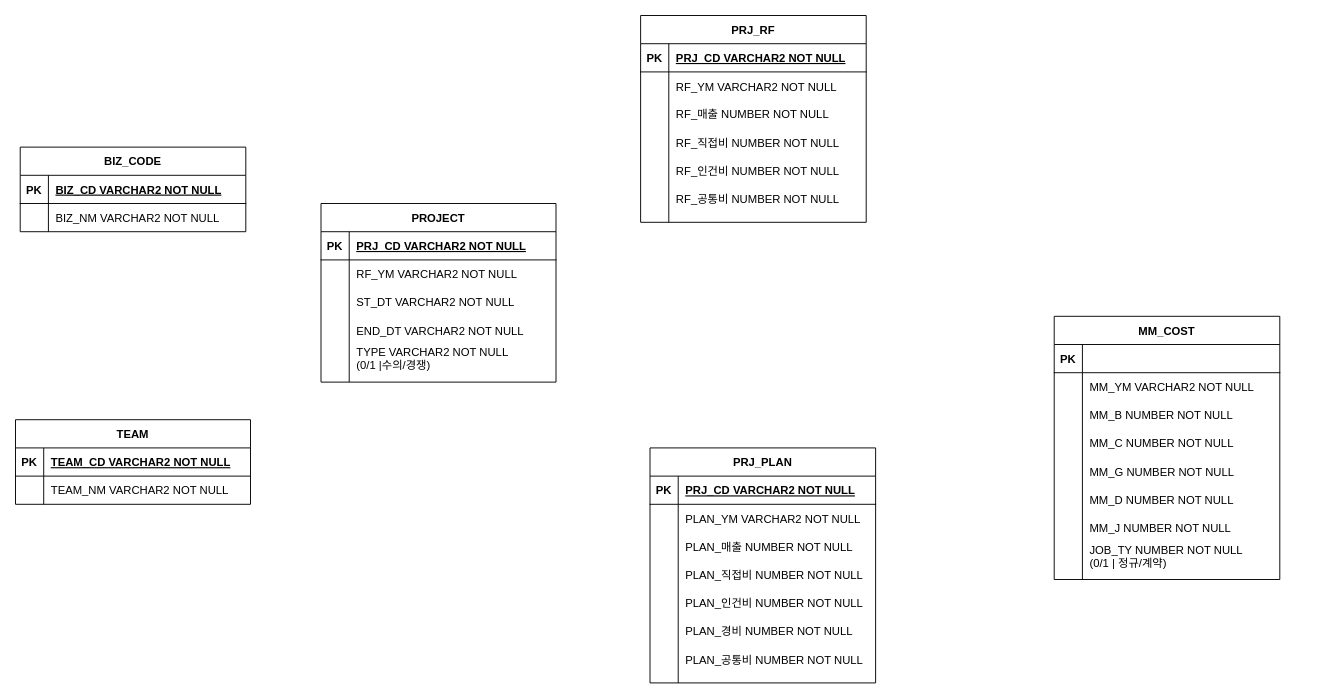
wonjongah/wonjongah.github.io keeps this draw.io diagram as Untitled Diagram.drawio. Above is the earlier version. Source tidied: cells renumbered, new cells numbered last; positions are measured from the earlier drawing's top-left corner, leaving out a move shared by most shapes. Both pictures are drawn from the tidied source at 94%, with x=0, y=0 at pixel (15, 15).
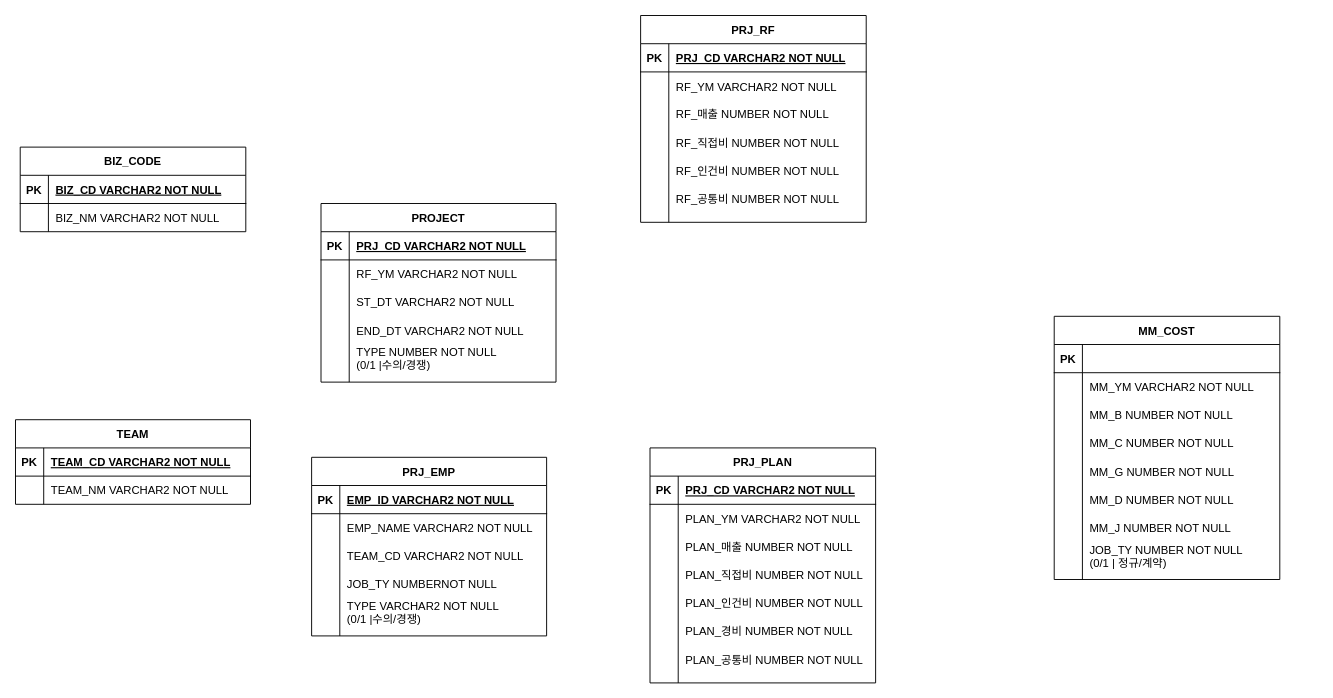
After the change.

Change to the diagram source:
```diff
@@
-    <mxCell id="72" value="TYPE VARCHAR2 NOT NULL&#10;(0/1 |수의/경쟁)" style="shape=partialRectangle;overflow=hidden;fillColor=none;top=0;left=0;bottom=0;right=0;align=left;spacingLeft=6;" parent="1" vertex="1">
+    <mxCell id="72" value="TYPE NUMBER NOT NULL&#10;(0/1 |수의/경쟁)" style="shape=partialRectangle;overflow=hidden;fillColor=none;top=0;left=0;bottom=0;right=0;align=left;spacingLeft=6;" parent="1" vertex="1">
       <mxGeometry x="355" y="350" width="220" height="30" as="geometry" />
     </mxCell>
+    <mxCell id="73" value="PRJ_EMP" style="shape=table;startSize=30;childLayout=tableLayout;rowLines=0;fontStyle=1;align=center;" parent="1" vertex="1">
+      <mxGeometry x="315" y="470" width="250" height="190" as="geometry" />
+    </mxCell>
+    <mxCell id="74" style="shape=partialRectangle;fillColor=none;top=0;left=0;right=0;bottom=1;" parent="73" vertex="1">
+      <mxGeometry y="30" width="250" height="30" as="geometry" />
+    </mxCell>
+    <mxCell id="75" value="PK" style="shape=partialRectangle;overflow=hidden;fillColor=none;top=0;left=0;bottom=0;right=0;fontStyle=1;" parent="74" vertex="1">
+      <mxGeometry width="30" height="30" as="geometry" />
+    </mxCell>
+    <mxCell id="76" value="EMP_ID VARCHAR2 NOT NULL " style="shape=partialRectangle;overflow=hidden;fillColor=none;top=0;left=0;bottom=0;right=0;align=left;spacingLeft=6;fontStyle=5;" parent="74" vertex="1">
+      <mxGeometry x="30" width="220" height="30" as="geometry" />
+    </mxCell>
+    <mxCell id="77" style="shape=partialRectangle;fillColor=none;top=0;left=0;right=0;bottom=0;" parent="73" vertex="1">
+      <mxGeometry y="60" width="250" height="130" as="geometry" />
+    </mxCell>
+    <mxCell id="78" style="shape=partialRectangle;overflow=hidden;fillColor=none;top=0;left=0;bottom=0;right=0;" parent="77" vertex="1">
+      <mxGeometry width="30" height="130" as="geometry" />
+    </mxCell>
+    <mxCell id="79" style="shape=partialRectangle;overflow=hidden;fillColor=none;top=0;left=0;bottom=0;right=0;align=left;spacingLeft=6;" parent="77" vertex="1">
+      <mxGeometry x="30" width="220" height="130" as="geometry" />
+    </mxCell>
+    <mxCell id="80" value="EMP_NAME VARCHAR2 NOT NULL" style="shape=partialRectangle;overflow=hidden;fillColor=none;top=0;left=0;bottom=0;right=0;align=left;spacingLeft=6;" parent="1" vertex="1">
+      <mxGeometry x="345" y="530" width="220" height="30" as="geometry" />
+    </mxCell>
+    <mxCell id="81" value="TEAM_CD VARCHAR2 NOT NULL" style="shape=partialRectangle;overflow=hidden;fillColor=none;top=0;left=0;bottom=0;right=0;align=left;spacingLeft=6;" parent="1" vertex="1">
+      <mxGeometry x="345" y="560" width="220" height="30" as="geometry" />
+    </mxCell>
+    <mxCell id="82" value="JOB_TY NUMBERNOT NULL" style="shape=partialRectangle;overflow=hidden;fillColor=none;top=0;left=0;bottom=0;right=0;align=left;spacingLeft=6;" parent="1" vertex="1">
+      <mxGeometry x="345" y="590" width="220" height="30" as="geometry" />
+    </mxCell>
+    <mxCell id="83" value="TYPE VARCHAR2 NOT NULL&#10;(0/1 |수의/경쟁)" style="shape=partialRectangle;overflow=hidden;fillColor=none;top=0;left=0;bottom=0;right=0;align=left;spacingLeft=6;" parent="1" vertex="1">
+      <mxGeometry x="345" y="620" width="220" height="30" as="geometry" />
+    </mxCell>
```
